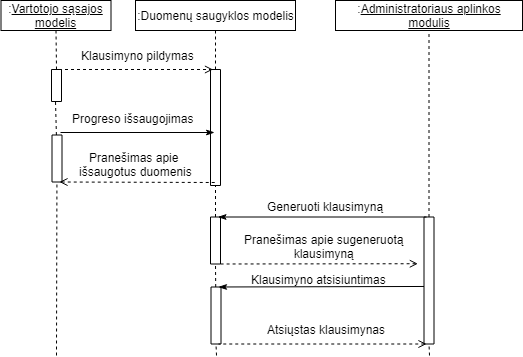
MantasSebeika/Bakalauras keeps this draw.io diagram as Diagramos/klausimyno pildymas_sugeneravimas_atsisiuntimas.png. Above is the earlier version. Source tidied: cells renumbered, new cells last; positions are measured from the earlier drawing's top-left corner, leaving out a move shared by most shapes.
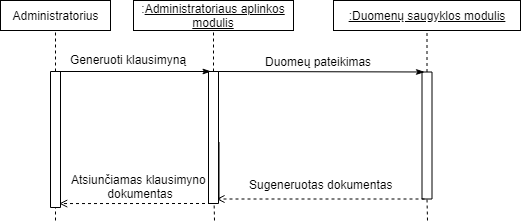
After the commit.

Diff of the diagram source:
```diff
@@ -2,72 +2,32 @@
   <root>
     <mxCell id="0" />
     <mxCell id="1" parent="0" />
-    <mxCell id="2" value="Klausimyno pildymas" style="text;html=1;align=center;verticalAlign=middle;" parent="1" vertex="1">
-      <mxGeometry x="71" y="45" width="130" height="20" as="geometry" />
-    </mxCell>
-    <mxCell id="3" style="rounded=0;whiteSpace=wrap;html=1;fillColor=#ffffff;rotation=-90;" parent="1" vertex="1">
-      <mxGeometry x="156" y="122" width="116" height="10" as="geometry" />
-    </mxCell>
-    <mxCell id="4" style="endArrow=open;html=1;exitX=1;exitY=0.75;exitDx=0;exitDy=0;endFill=0;dashed=1;entryX=1;entryY=0.25;entryDx=0;entryDy=0;" parent="1" edge="1" source="9" target="3">
-      <mxGeometry relative="1" as="geometry" />
-    </mxCell>
-    <mxCell id="5" style="endArrow=none;dashed=1;html=1;entryX=0.5;entryY=1;entryDx=0;entryDy=0;exitX=1;exitY=0.5;exitDx=0;exitDy=0;" parent="1" edge="1" source="3" target="8">
-      <mxGeometry relative="1" as="geometry" />
-    </mxCell>
-    <mxCell id="6" style="endArrow=none;dashed=1;html=1;entryX=0;entryY=0.5;entryDx=0;entryDy=0;" parent="1" edge="1" source="20" target="3">
+    <mxCell id="6" style="endArrow=none;dashed=1;html=1;entryX=0.5;entryY=1;entryDx=0;entryDy=0;" parent="1" edge="1" source="20" target="8">
       <mxGeometry relative="1" as="geometry" />
     </mxCell>
-    <mxCell id="7" value=":&lt;u&gt;Vartotojo sąsajos modelis&lt;/u&gt;" style="rounded=0;whiteSpace=wrap;html=1;fillColor=none;" parent="1" vertex="1">
-      <mxGeometry x="-0.5" width="110" height="30" as="geometry" />
+    <mxCell id="7" value="Administratorius" style="rounded=0;whiteSpace=wrap;html=1;fillColor=none;" parent="1" vertex="1">
+      <mxGeometry x="1" y="145" width="110" height="30" as="geometry" />
     </mxCell>
-    <mxCell id="8" value=":Duomenų saugyklos modelis" style="rounded=0;whiteSpace=wrap;html=1;fillColor=none;" parent="1" vertex="1">
-      <mxGeometry x="134" width="160" height="30" as="geometry" />
+    <mxCell id="8" value=":&lt;u&gt;Administratoriaus aplinkos modulis&lt;/u&gt;" style="rounded=0;whiteSpace=wrap;html=1;fillColor=none;" parent="1" vertex="1">
+      <mxGeometry x="134" y="145" width="160" height="30" as="geometry" />
     </mxCell>
     <mxCell id="9" style="rounded=0;whiteSpace=wrap;html=1;fillColor=#ffffff;rotation=-90;" parent="1" vertex="1">
-      <mxGeometry x="39" y="80" width="32" height="10" as="geometry" />
+      <mxGeometry x="-12" y="279" width="136" height="10" as="geometry" />
     </mxCell>
     <mxCell id="10" style="endArrow=none;dashed=1;html=1;entryX=0.5;entryY=1;entryDx=0;entryDy=0;exitX=1;exitY=0.5;exitDx=0;exitDy=0;" parent="1" edge="1" source="9" target="7">
       <mxGeometry relative="1" as="geometry" />
     </mxCell>
-    <mxCell id="11" style="endArrow=none;dashed=1;html=1;" parent="1" edge="1" source="12">
-      <mxGeometry relative="1" as="geometry">
-        <mxPoint x="54" y="100" as="targetPoint" />
-      </mxGeometry>
-    </mxCell>
-    <mxCell id="12" style="rounded=0;whiteSpace=wrap;html=1;fillColor=#ffffff;rotation=-90;" parent="1" vertex="1">
-      <mxGeometry x="32" y="153" width="47" height="10" as="geometry" />
-    </mxCell>
-    <mxCell id="13" style="endArrow=none;dashed=1;html=1;" parent="1" edge="1" target="12">
+    <mxCell id="13" style="endArrow=none;dashed=1;html=1;entryX=0;entryY=0.5;entryDx=0;entryDy=0;" parent="1" edge="1" target="9">
       <mxGeometry relative="1" as="geometry">
-        <mxPoint x="55" y="355" as="sourcePoint" />
+        <mxPoint x="56" y="365" as="sourcePoint" />
       </mxGeometry>
     </mxCell>
-    <mxCell id="14" value="Progreso išsaugojimas" style="text;html=1;align=center;verticalAlign=middle;" parent="1" vertex="1">
-      <mxGeometry x="61" y="107.5" width="140" height="20" as="geometry" />
-    </mxCell>
-    <mxCell id="15" style="endArrow=classicThin;html=1;endFill=1;" parent="1" edge="1">
-      <mxGeometry relative="1" as="geometry">
-        <mxPoint x="59" y="132" as="sourcePoint" />
-        <mxPoint x="213" y="132" as="targetPoint" />
-      </mxGeometry>
-    </mxCell>
-    <mxCell id="16" style="endArrow=none;html=1;endFill=0;exitX=0;exitY=0.75;exitDx=0;exitDy=0;startArrow=open;startFill=0;dashed=1;" parent="1" edge="1" source="12">
-      <mxGeometry relative="1" as="geometry">
-        <mxPoint x="214" y="182" as="targetPoint" />
-      </mxGeometry>
-    </mxCell>
-    <mxCell id="17" value="Pranešimas apie &lt;br&gt;išsaugotus duomenis" style="text;html=1;align=center;verticalAlign=top;spacingTop=-4;" parent="1" vertex="1">
-      <mxGeometry x="69" y="148" width="130" height="30" as="geometry" />
-    </mxCell>
-    <mxCell id="18" value=":&lt;u&gt;Administratoriaus aplinkos modulis&lt;/u&gt;" style="rounded=0;whiteSpace=wrap;html=1;fillColor=none;" parent="1" vertex="1">
-      <mxGeometry x="334" width="187" height="30" as="geometry" />
+    <mxCell id="18" value="&lt;u&gt;:Duomenų saugyklos modulis&lt;/u&gt;" style="rounded=0;whiteSpace=wrap;html=1;fillColor=none;" parent="1" vertex="1">
+      <mxGeometry x="334" y="145" width="187" height="30" as="geometry" />
     </mxCell>
     <mxCell id="19" style="endArrow=none;dashed=1;html=1;entryX=0.5;entryY=1;entryDx=0;entryDy=0;" parent="1" edge="1" source="22" target="18">
       <mxGeometry relative="1" as="geometry" />
     </mxCell>
-    <mxCell id="20" style="rounded=0;whiteSpace=wrap;html=1;fillColor=#ffffff;rotation=-90;" parent="1" vertex="1">
-      <mxGeometry x="190.5" y="235" width="47" height="10" as="geometry" />
-    </mxCell>
     <mxCell id="21" style="endArrow=none;dashed=1;html=1;entryX=0;entryY=0.5;entryDx=0;entryDy=0;" parent="1" edge="1" source="28" target="20">
       <mxGeometry relative="1" as="geometry" />
     </mxCell>
@@ -76,40 +36,43 @@
     </mxCell>
     <mxCell id="23" style="endArrow=none;dashed=1;html=1;entryX=0;entryY=0.5;entryDx=0;entryDy=0;" parent="1" edge="1" target="22">
       <mxGeometry relative="1" as="geometry">
-        <mxPoint x="428" y="355" as="sourcePoint" />
+        <mxPoint x="428" y="365" as="sourcePoint" />
       </mxGeometry>
     </mxCell>
-    <mxCell id="24" style="endArrow=classicThin;html=1;endFill=1;exitX=1;exitY=0.25;exitDx=0;exitDy=0;entryX=1;entryY=0.75;entryDx=0;entryDy=0;" parent="1" edge="1" source="22" target="20">
+    <mxCell id="24" style="endArrow=none;html=1;endFill=0;exitX=1;exitY=0.25;exitDx=0;exitDy=0;entryX=1;entryY=0.75;entryDx=0;entryDy=0;startArrow=classicThin;startFill=1;" parent="1" edge="1" source="22" target="20">
       <mxGeometry relative="1" as="geometry" />
     </mxCell>
-    <mxCell id="25" value="Generuoti klausimyną" style="text;html=1;align=left;verticalAlign=top;spacingTop=-4;" parent="1" vertex="1">
-      <mxGeometry x="264" y="197" width="130" height="20" as="geometry" />
+    <mxCell id="25" value="Duomeų pateikimas" style="text;html=1;align=left;verticalAlign=top;spacingTop=-4;" parent="1" vertex="1">
+      <mxGeometry x="264" y="197" width="120" height="20" as="geometry" />
     </mxCell>
-    <mxCell id="26" style="endArrow=none;html=1;endFill=0;exitX=0.632;exitY=-0.616;exitDx=0;exitDy=0;startArrow=open;startFill=0;dashed=1;entryX=0;entryY=0.75;entryDx=0;entryDy=0;exitPerimeter=0;" parent="1" edge="1" source="22" target="20">
-      <mxGeometry relative="1" as="geometry" />
-    </mxCell>
-    <mxCell id="27" value="Pranešimas apie sugeneruotą&lt;br&gt;klausimyną" style="text;html=1;align=center;verticalAlign=top;spacingTop=-4;" parent="1" vertex="1">
-      <mxGeometry x="237.5" y="230" width="170" height="30" as="geometry" />
-    </mxCell>
     <mxCell id="28" style="rounded=0;whiteSpace=wrap;html=1;fillColor=#ffffff;rotation=-90;" parent="1" vertex="1">
       <mxGeometry x="186" y="310" width="57" height="10" as="geometry" />
     </mxCell>
     <mxCell id="29" style="endArrow=none;dashed=1;html=1;entryX=0;entryY=0.5;entryDx=0;entryDy=0;" parent="1" edge="1" target="28">
       <mxGeometry relative="1" as="geometry">
-        <mxPoint x="215" y="355" as="sourcePoint" />
+        <mxPoint x="215" y="365" as="sourcePoint" />
       </mxGeometry>
     </mxCell>
-    <mxCell id="30" style="endArrow=classicThin;html=1;endFill=1;exitX=0.453;exitY=0;exitDx=0;exitDy=0;entryX=1;entryY=0.75;entryDx=0;entryDy=0;exitPerimeter=0;" parent="1" edge="1" source="22" target="28">
-      <mxGeometry relative="1" as="geometry" />
-    </mxCell>
-    <mxCell id="31" value="Klausimyno atsisiuntimas" style="text;html=1;align=left;verticalAlign=top;spacingTop=-4;" parent="1" vertex="1">
-      <mxGeometry x="247.5" y="270" width="150" height="20" as="geometry" />
+    <mxCell id="31" value="Sugeneruotas dokumentas" style="text;html=1;align=left;verticalAlign=top;spacingTop=-4;" parent="1" vertex="1">
+      <mxGeometry x="247.5" y="320" width="160" height="20" as="geometry" />
     </mxCell>
-    <mxCell id="32" style="endArrow=none;html=1;endFill=0;exitX=0;exitY=0.25;exitDx=0;exitDy=0;startArrow=open;startFill=0;dashed=1;entryX=0;entryY=0.75;entryDx=0;entryDy=0;" parent="1" edge="1" source="22" target="28">
+    <mxCell id="32" style="endArrow=open;html=1;endFill=0;exitX=0;exitY=0.25;exitDx=0;exitDy=0;startArrow=none;startFill=0;dashed=1;entryX=0;entryY=0.75;entryDx=0;entryDy=0;" parent="1" edge="1" source="22" target="28">
       <mxGeometry relative="1" as="geometry" />
     </mxCell>
-    <mxCell id="33" value="Atsiųstas klausimynas" style="text;html=1;align=left;verticalAlign=top;spacingTop=-4;" parent="1" vertex="1">
-      <mxGeometry x="264" y="320" width="130" height="20" as="geometry" />
-    </mxCell>
+    <mxCell id="34" style="endArrow=none;html=1;endFill=0;exitX=1;exitY=0.25;exitDx=0;exitDy=0;entryX=1;entryY=0.75;entryDx=0;entryDy=0;startArrow=classicThin;startFill=1;" parent="1" edge="1" source="20" target="9">
+      <mxGeometry relative="1" as="geometry" />
+    </mxCell>
+    <mxCell id="20" style="rounded=0;whiteSpace=wrap;html=1;fillColor=#ffffff;rotation=-90;" parent="1" vertex="1">
+      <mxGeometry x="148" y="277" width="132" height="10" as="geometry" />
+    </mxCell>
+    <mxCell id="35" value="Generuoti klausimyną" style="text;html=1;align=left;verticalAlign=top;spacingTop=-4;" parent="1" vertex="1">
+      <mxGeometry x="69" y="195" width="130" height="20" as="geometry" />
+    </mxCell>
+    <mxCell id="36" style="endArrow=open;html=1;endFill=0;exitX=0;exitY=0.25;exitDx=0;exitDy=0;startArrow=none;startFill=0;dashed=1;entryX=0.029;entryY=0.872;entryDx=0;entryDy=0;entryPerimeter=0;" parent="1" edge="1" source="20" target="9">
+      <mxGeometry relative="1" as="geometry" />
+    </mxCell>
+    <mxCell id="37" value="Atsiunčiamas klausimyno&lt;br&gt;&amp;nbsp;dokumentas" style="text;html=1;align=center;verticalAlign=top;spacingTop=-4;" parent="1" vertex="1">
+      <mxGeometry x="64" y="315" width="150" height="30" as="geometry" />
+    </mxCell>
   </root>
 </mxGraphModel>
```
